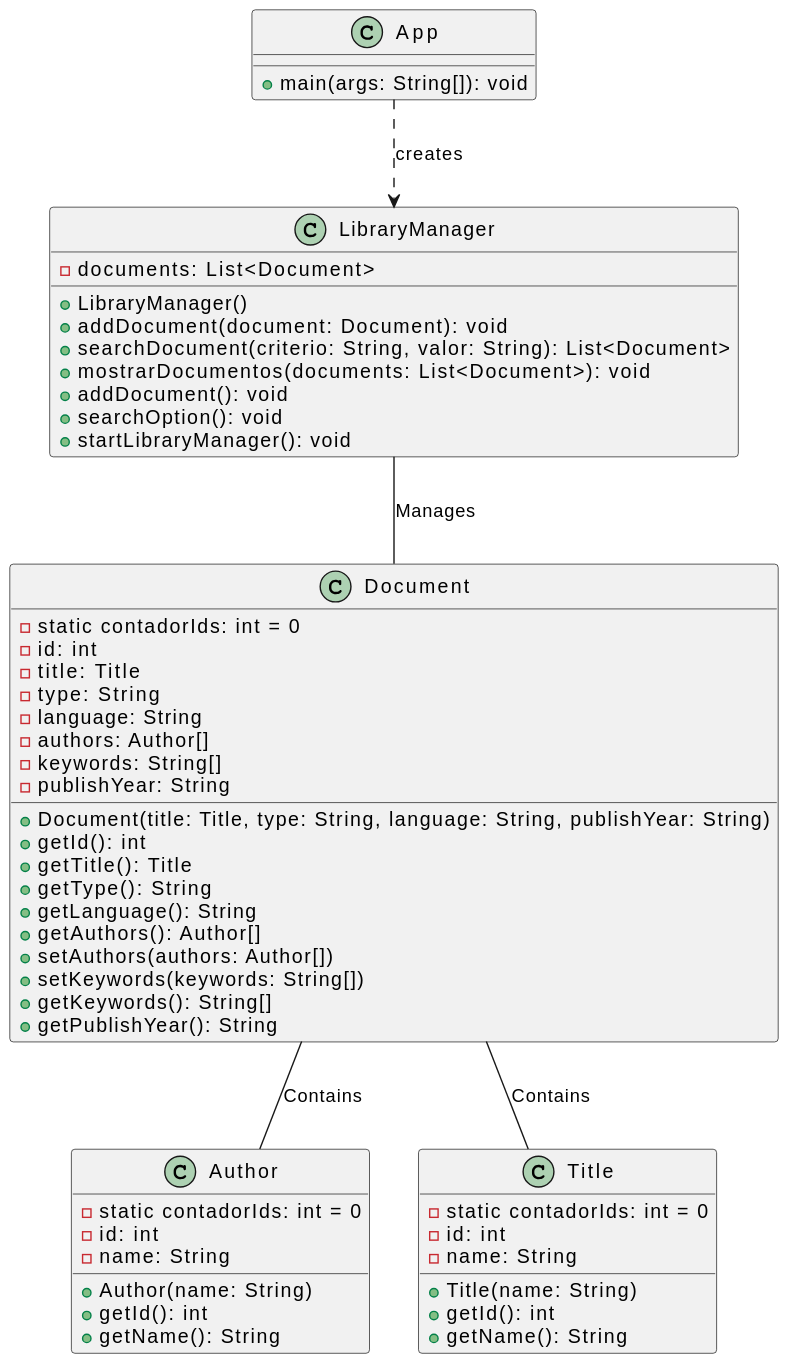
The PlantUML diagram entregas/saraPatino/images/modelo-final.svg in mmasias/23-24-eda2-ep, before a commit.
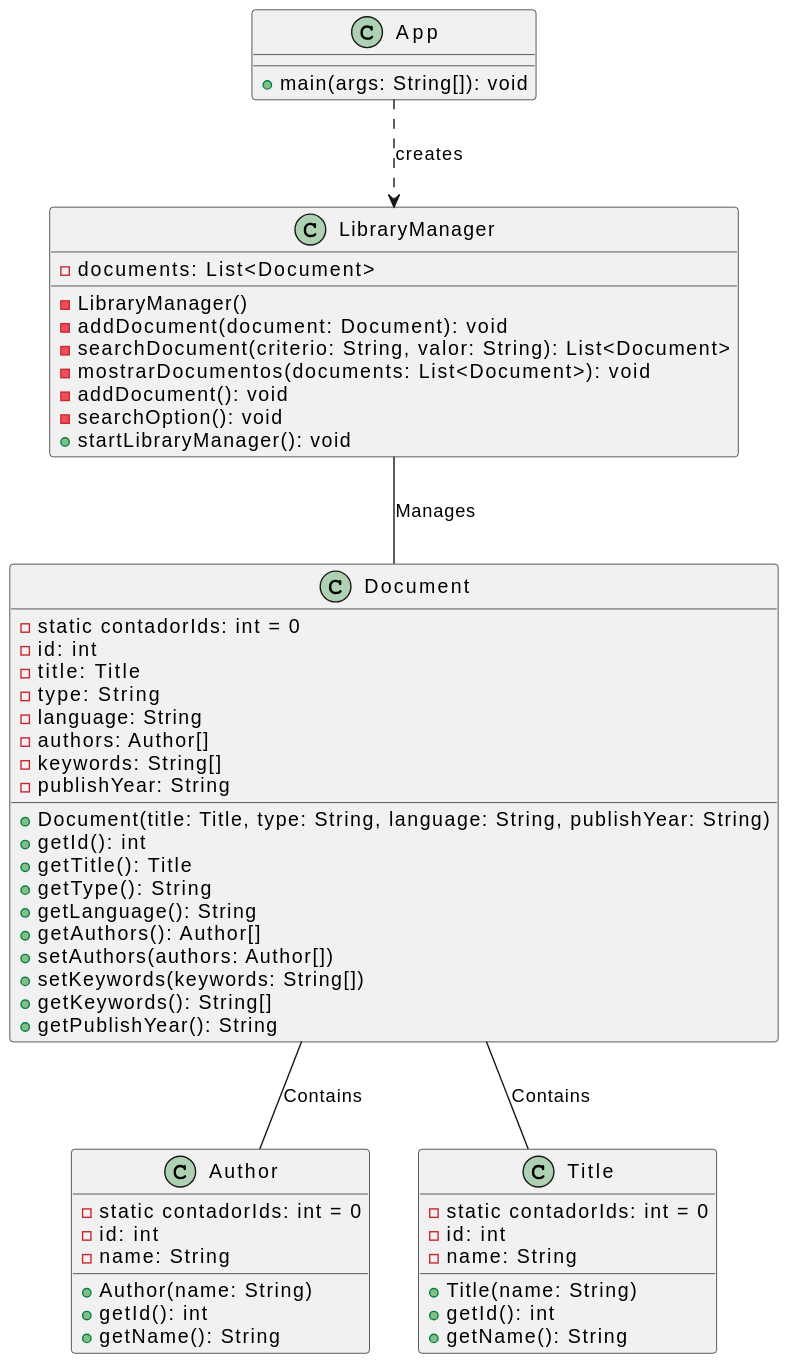
Later version of the same file.

The edit, as a diff of the source:
```diff
@@ -49,12 +49,12 @@
 class LibraryManager {
         - documents: List<Document>
 
-        + LibraryManager()
-        + addDocument(document: Document): void
-        + searchDocument(criterio: String, valor: String): List<Document>
-        + mostrarDocumentos(documents: List<Document>): void
-        + addDocument(): void
-        + searchOption(): void
+        - LibraryManager()
+        - addDocument(document: Document): void
+        - searchDocument(criterio: String, valor: String): List<Document>
+        - mostrarDocumentos(documents: List<Document>): void
+        - addDocument(): void
+        - searchOption(): void
         + startLibraryManager(): void
     }
 
```
